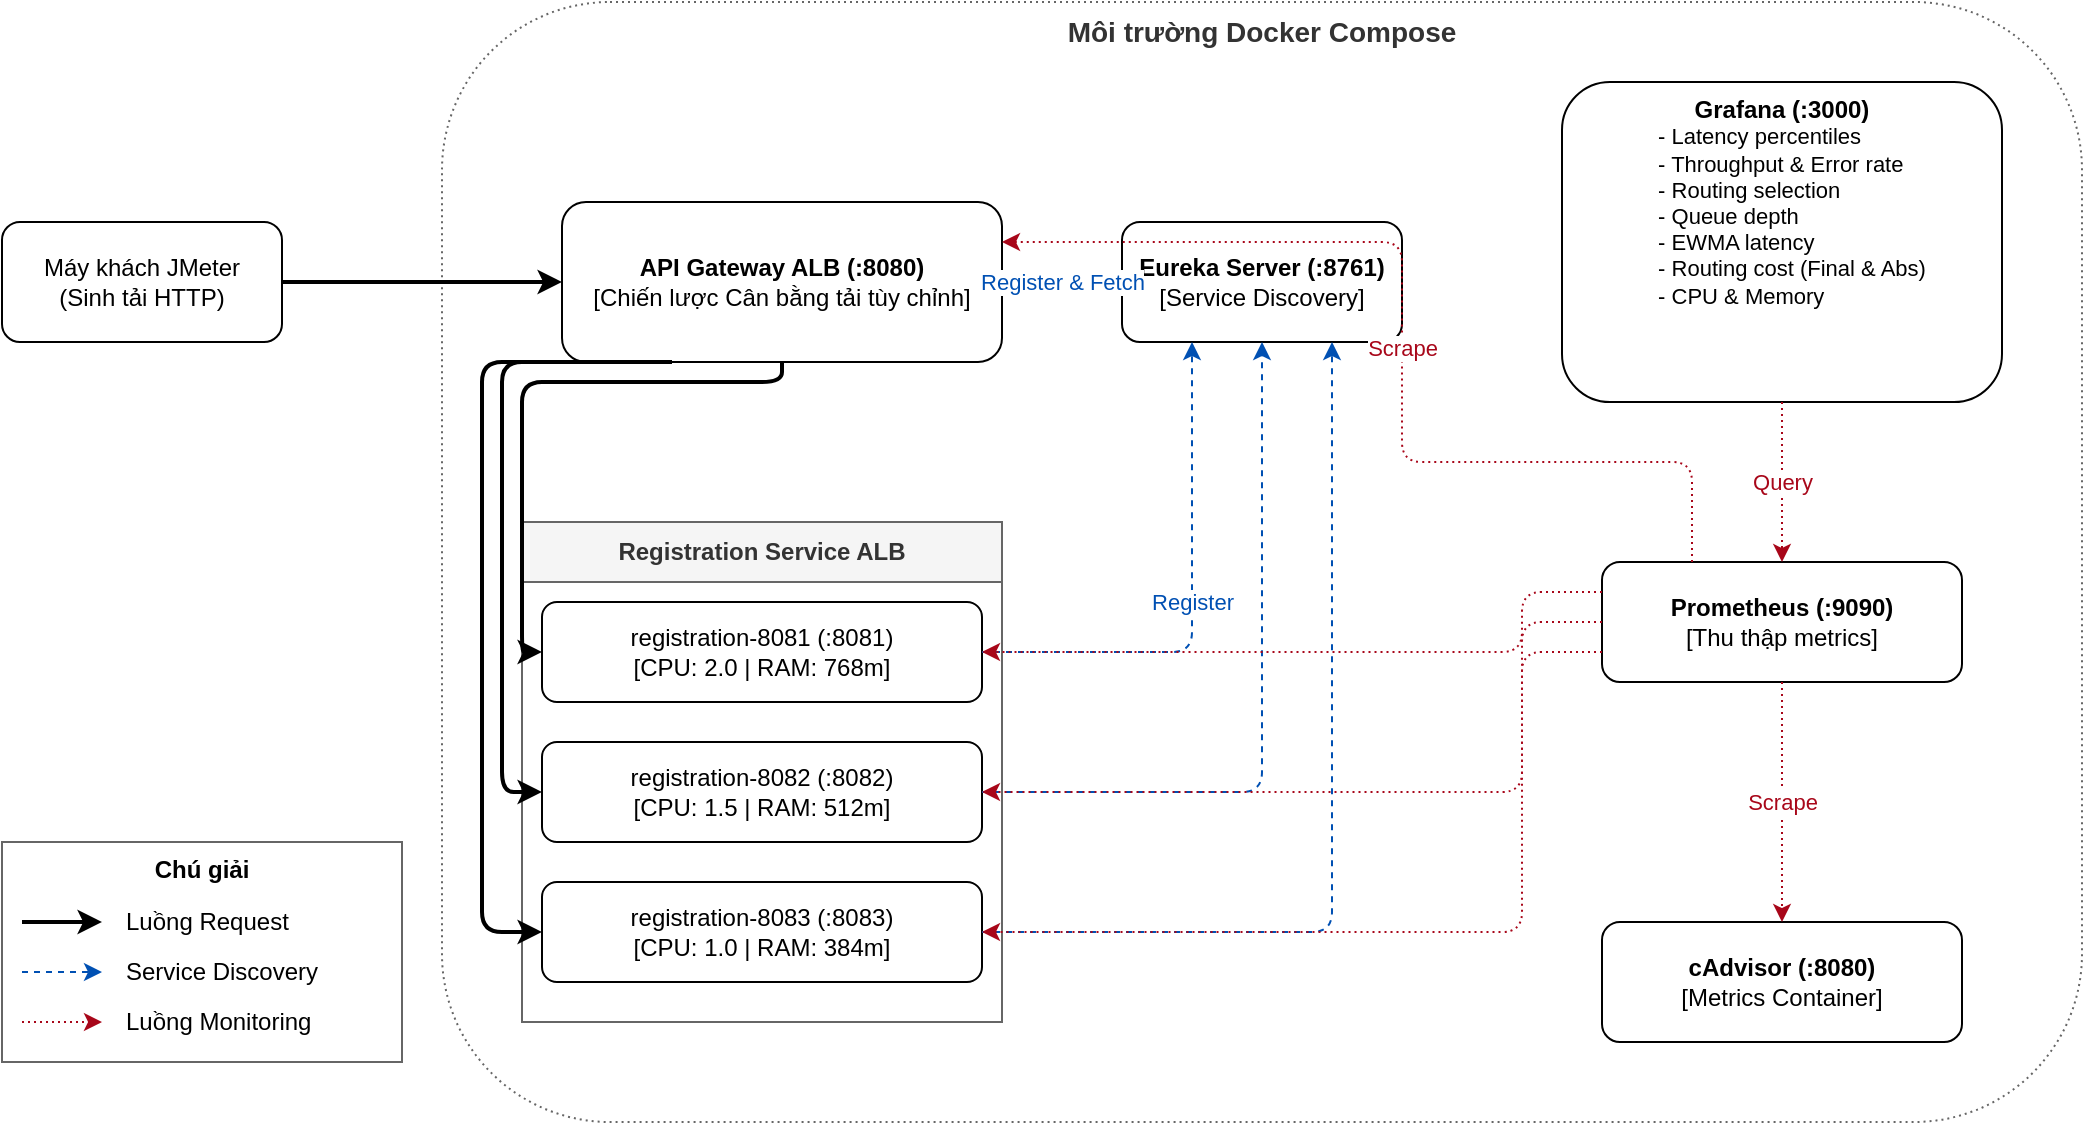
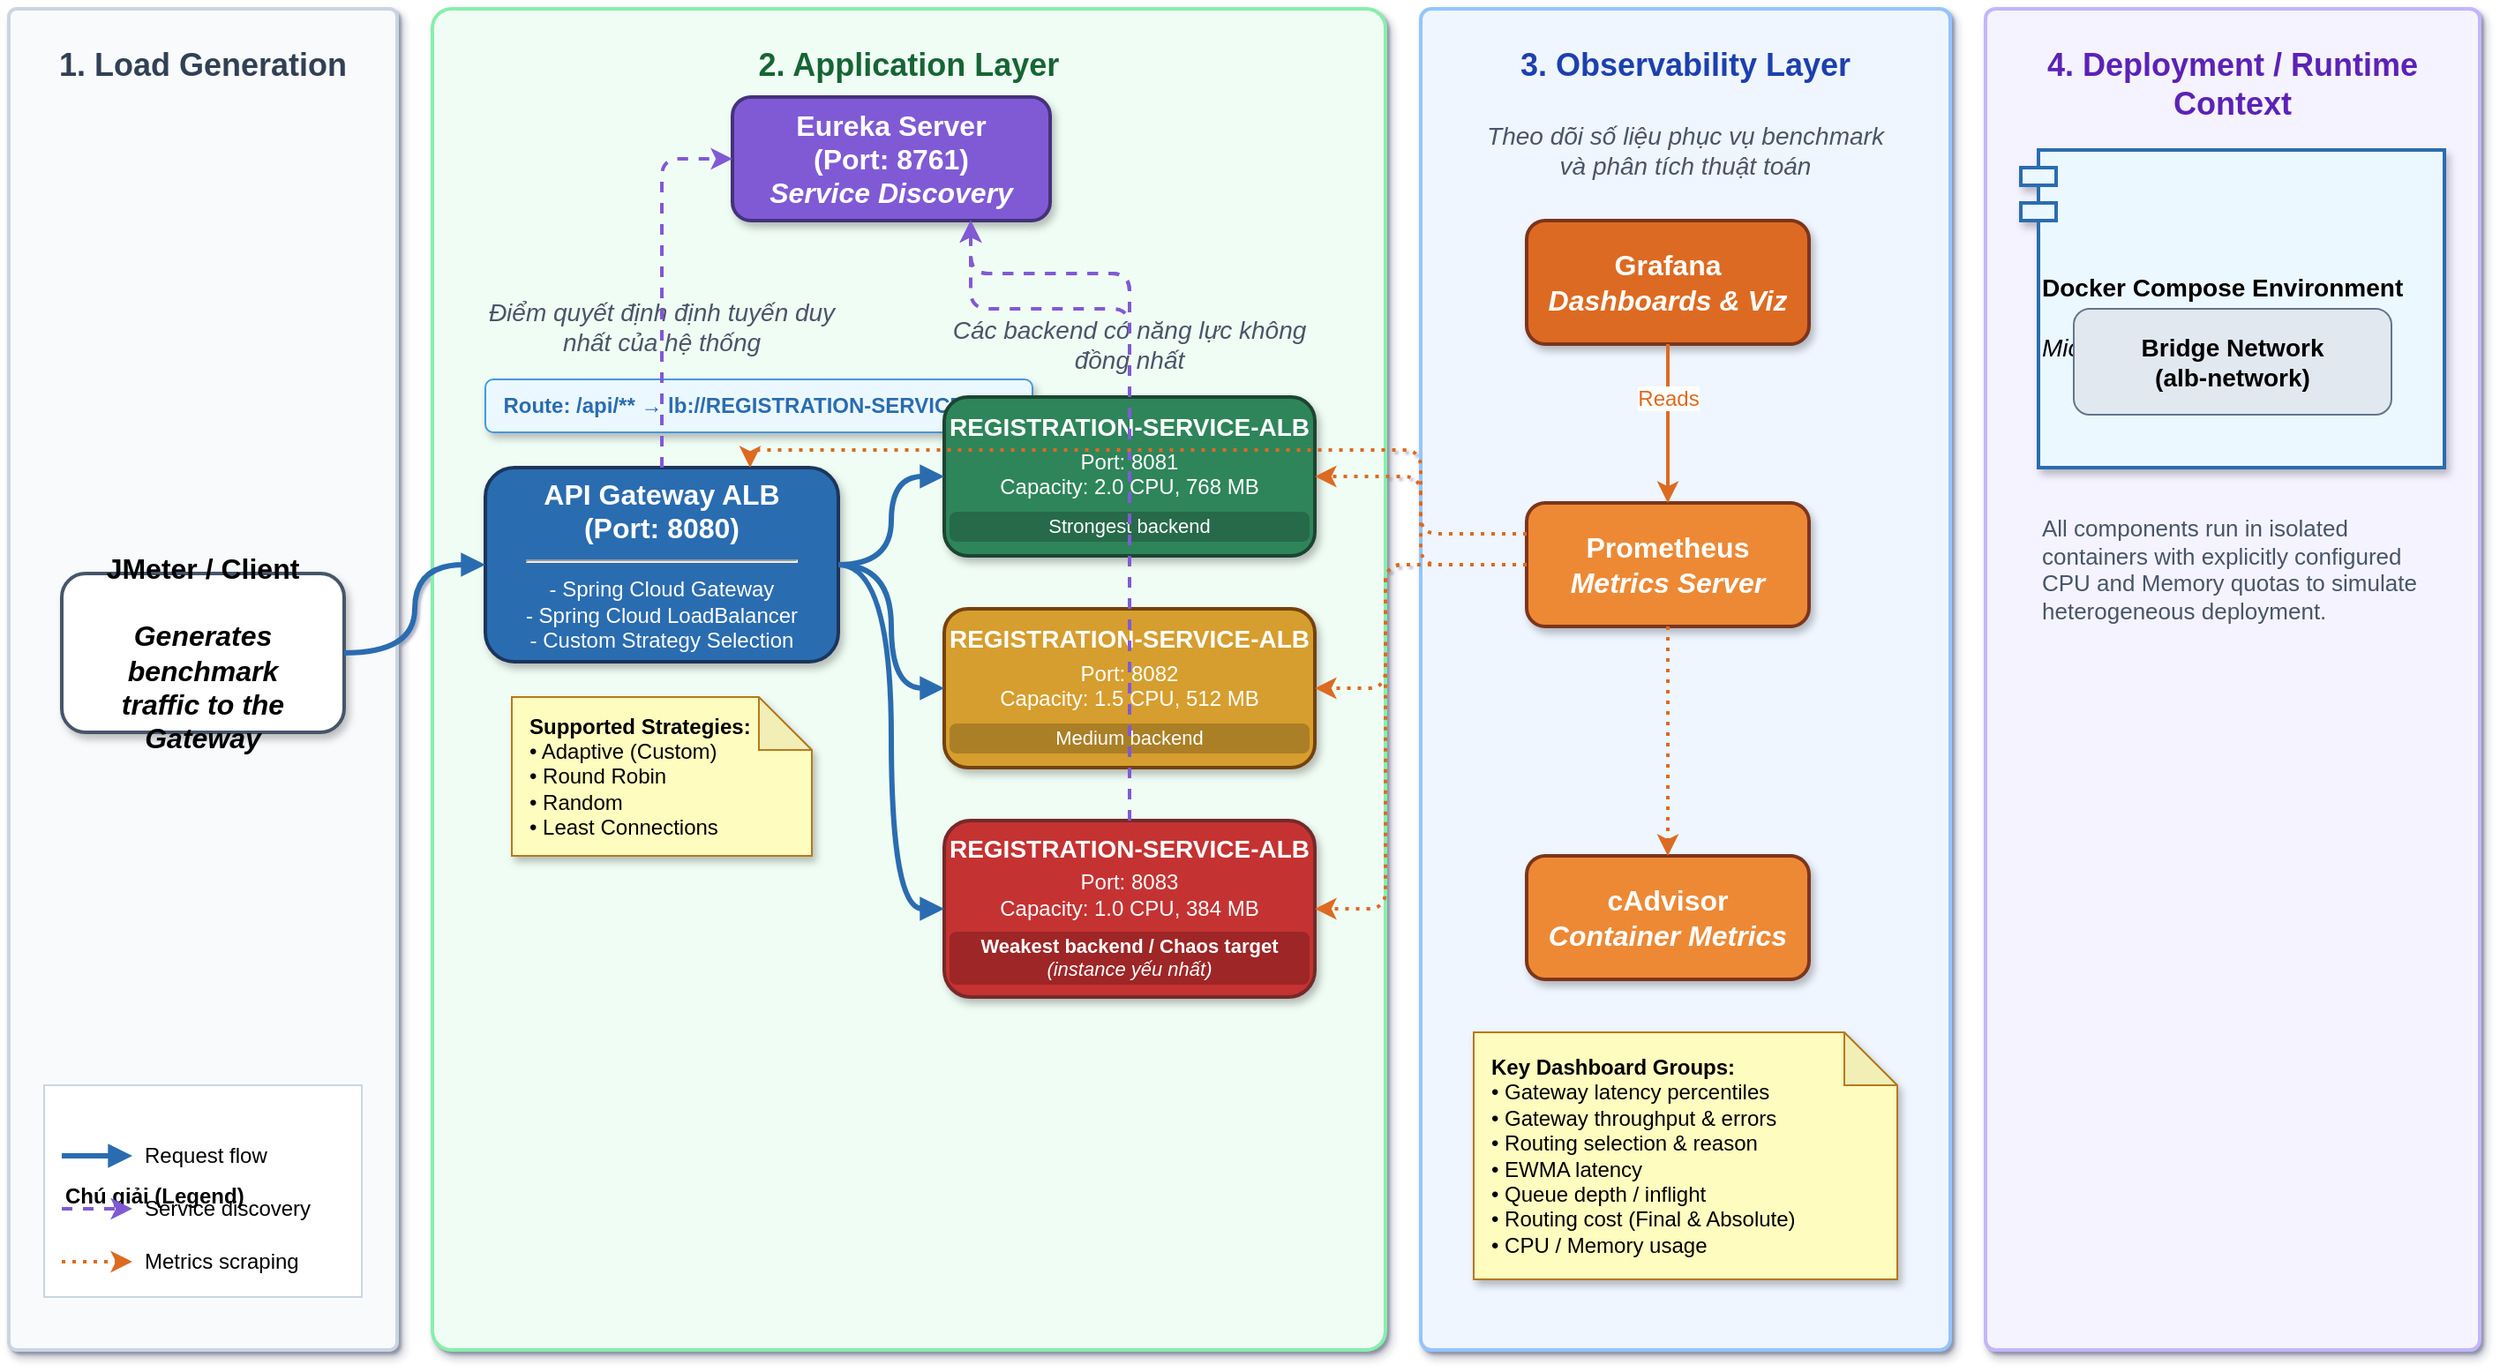
<mxfile host="Electron">
-   <diagram name="Architecture" id="0">
-     <mxGraphModel dx="1043" dy="802" grid="1" gridSize="10" guides="1" tooltips="1" connect="1" arrows="1" fold="1" page="1" pageScale="1" pageWidth="850" pageHeight="1100" math="0" shadow="0">
+   <diagram id="alb_arch" name="ALB System Architecture">
+     <mxGraphModel dx="1423" dy="895" grid="1" gridSize="10" guides="1" tooltips="1" connect="1" arrows="1" fold="1" page="1" pageScale="1" pageWidth="1440" pageHeight="810" math="0" shadow="1">
      <root>
        <mxCell id="0" />
        <mxCell id="1" parent="0" />
-         <mxCell id="legend" parent="1" style="rounded=0;whiteSpace=wrap;html=1;fillColor=none;strokeColor=#666666;verticalAlign=top;fontStyle=1;" value="Chú giải" vertex="1">
-           <mxGeometry height="110" width="200" x="40" y="460" as="geometry" />
+         <mxCell id="z1" parent="1" style="rounded=1;whiteSpace=wrap;html=1;strokeWidth=2;align=center;verticalAlign=top;spacingTop=15;fontFamily=Helvetica;fontSize=18;fontStyle=1;shadow=1;arcSize=2;fillColor=#F8FAFC;strokeColor=#CBD5E1;fontColor=#334155;" value="1. Load Generation" vertex="1">
+           <mxGeometry height="760" width="220" x="20" y="20" as="geometry" />
        </mxCell>
-         <mxCell id="leg1" edge="1" parent="legend" style="edgeStyle=none;html=1;strokeColor=#000000;strokeWidth=2;endArrow=classic;endFill=1;" value="">
+         <mxCell id="z2" parent="1" style="rounded=1;whiteSpace=wrap;html=1;strokeWidth=2;align=center;verticalAlign=top;spacingTop=15;fontFamily=Helvetica;fontSize=18;fontStyle=1;shadow=1;arcSize=2;fillColor=#F0FDF4;strokeColor=#86EFAC;fontColor=#166534;" value="2. Application Layer" vertex="1">
+           <mxGeometry height="760" width="540" x="260" y="20" as="geometry" />
+         </mxCell>
+         <mxCell id="z3" parent="1" style="rounded=1;whiteSpace=wrap;html=1;strokeWidth=2;align=center;verticalAlign=top;spacingTop=15;fontFamily=Helvetica;fontSize=18;fontStyle=1;shadow=1;arcSize=2;fillColor=#EFF6FF;strokeColor=#93C5FD;fontColor=#1E40AF;" value="3. Observability Layer" vertex="1">
+           <mxGeometry height="760" width="300" x="820" y="20" as="geometry" />
+         </mxCell>
+         <mxCell id="z4" parent="1" style="rounded=1;whiteSpace=wrap;html=1;strokeWidth=2;align=center;verticalAlign=top;spacingTop=15;fontFamily=Helvetica;fontSize=18;fontStyle=1;shadow=1;arcSize=2;fillColor=#F5F3FF;strokeColor=#C4B5FD;fontColor=#5B21B6;" value="4. Deployment / Runtime Context" vertex="1">
+           <mxGeometry height="760" width="280" x="1140" y="20" as="geometry" />
+         </mxCell>
+         <mxCell id="jmeter" parent="1" style="rounded=1;whiteSpace=wrap;html=1;fillColor=#FFFFFF;strokeColor=#475569;strokeWidth=2;fontFamily=Helvetica;fontSize=16;fontStyle=1;shadow=1;" value="&lt;b&gt;JMeter / Client&lt;/b&gt;&lt;br/&gt;&lt;br/&gt;&lt;i&gt;Generates benchmark&lt;br/&gt;traffic to the Gateway&lt;/i&gt;" vertex="1">
+           <mxGeometry height="90" width="160" x="50" y="340" as="geometry" />
+         </mxCell>
+         <mxCell id="legend" parent="1" style="rounded=0;whiteSpace=wrap;html=1;fillColor=#FFFFFF;strokeColor=#CBD5E1;align=left;spacingLeft=10;spacingTop=5;fontFamily=Helvetica;fontSize=12;" value="&lt;b&gt;Chú giải (Legend)&lt;/b&gt;" vertex="1">
+           <mxGeometry height="120" width="180" x="40" y="630" as="geometry" />
+         </mxCell>
+         <mxCell id="leg_r_arr" edge="1" parent="1" style="html=1;strokeWidth=3;strokeColor=#2B6CB0;endArrow=block;endFill=1;edgeStyle=orthogonalEdgeStyle;" value="">
          <mxGeometry relative="1" as="geometry">
-             <mxPoint x="10" y="40" as="sourcePoint" />
-             <mxPoint x="50" y="40" as="targetPoint" />
+             <mxPoint x="50" y="670" as="sourcePoint" />
+             <mxPoint x="90" y="670" as="targetPoint" />
          </mxGeometry>
        </mxCell>
-         <mxCell id="leg1t" parent="legend" style="text;html=1;align=left;verticalAlign=middle;" value="Luồng Request" vertex="1">
-           <mxGeometry height="20" width="120" x="60" y="30" as="geometry" />
+         <mxCell id="leg_r_txt" parent="1" style="text;html=1;align=left;verticalAlign=middle;fontSize=12;fontFamily=Helvetica;" value="Request flow" vertex="1">
+           <mxGeometry height="20" width="100" x="95" y="660" as="geometry" />
        </mxCell>
-         <mxCell id="leg2" edge="1" parent="legend" style="edgeStyle=none;html=1;strokeColor=#0050b3;dashed=1;endArrow=classic;endFill=1;" value="">
+         <mxCell id="leg_d_arr" edge="1" parent="1" style="html=1;strokeWidth=2;strokeColor=#805AD5;dashed=1;endArrow=classic;endFill=1;edgeStyle=orthogonalEdgeStyle;" value="">
          <mxGeometry relative="1" as="geometry">
-             <mxPoint x="10" y="65" as="sourcePoint" />
-             <mxPoint x="50" y="65" as="targetPoint" />
+             <mxPoint x="50" y="700" as="sourcePoint" />
+             <mxPoint x="90" y="700" as="targetPoint" />
          </mxGeometry>
        </mxCell>
-         <mxCell id="leg2t" parent="legend" style="text;html=1;align=left;verticalAlign=middle;" value="Service Discovery" vertex="1">
-           <mxGeometry height="20" width="120" x="60" y="55" as="geometry" />
+         <mxCell id="leg_d_txt" parent="1" style="text;html=1;align=left;verticalAlign=middle;fontSize=12;fontFamily=Helvetica;" value="Service discovery" vertex="1">
+           <mxGeometry height="20" width="100" x="95" y="690" as="geometry" />
        </mxCell>
-         <mxCell id="leg3" edge="1" parent="legend" style="edgeStyle=none;html=1;strokeColor=#a8071a;dashed=1;dashPattern=1 2;endArrow=classic;endFill=1;" value="">
+         <mxCell id="leg_m_arr" edge="1" parent="1" style="html=1;strokeWidth=2;strokeColor=#DD6B20;dashed=1;dashPattern=1 2;endArrow=classic;endFill=1;edgeStyle=orthogonalEdgeStyle;" value="">
          <mxGeometry relative="1" as="geometry">
-             <mxPoint x="10" y="90" as="sourcePoint" />
-             <mxPoint x="50" y="90" as="targetPoint" />
+             <mxPoint x="50" y="730" as="sourcePoint" />
+             <mxPoint x="90" y="730" as="targetPoint" />
          </mxGeometry>
        </mxCell>
-         <mxCell id="leg3t" parent="legend" style="text;html=1;align=left;verticalAlign=middle;" value="Luồng Monitoring" vertex="1">
-           <mxGeometry height="20" width="120" x="60" y="80" as="geometry" />
+         <mxCell id="leg_m_txt" parent="1" style="text;html=1;align=left;verticalAlign=middle;fontSize=12;fontFamily=Helvetica;" value="Metrics scraping" vertex="1">
+           <mxGeometry height="20" width="100" x="95" y="720" as="geometry" />
        </mxCell>
-         <mxCell id="docker" parent="1" style="rounded=1;whiteSpace=wrap;html=1;fillColor=none;strokeColor=#666666;dashed=1;dashPattern=1 2;verticalAlign=top;fontStyle=1;fontSize=14;fontColor=#333333;" value="Môi trường Docker Compose" vertex="1">
-           <mxGeometry height="560" width="820" x="260" y="40" as="geometry" />
+         <mxCell id="gw" parent="1" style="rounded=1;whiteSpace=wrap;html=1;fillColor=#2B6CB0;strokeColor=#1A365D;strokeWidth=2;fontColor=#FFFFFF;fontFamily=Helvetica;fontSize=16;fontStyle=1;shadow=1;" value="&lt;b&gt;API Gateway ALB&lt;/b&gt;&lt;br/&gt;(Port: 8080)&lt;br/&gt;&lt;hr/&gt;&lt;div style=&#39;font-size:12px;font-weight:normal;&#39;&gt;- Spring Cloud Gateway&lt;br/&gt;- Spring Cloud LoadBalancer&lt;br/&gt;- Custom Strategy Selection&lt;/div&gt;" vertex="1">
+           <mxGeometry height="110" width="200" x="290" y="280" as="geometry" />
        </mxCell>
-         <mxCell id="client" parent="1" style="rounded=1;whiteSpace=wrap;html=1;fillColor=#ffffff;strokeColor=#000000;fontColor=#000000;" value="Máy khách JMeter&#xa;(Sinh tải HTTP)" vertex="1">
-           <mxGeometry height="60" width="140" x="40" y="150" as="geometry" />
+         <mxCell id="gw_callout" parent="1" style="shape=note;whiteSpace=wrap;html=1;backgroundOutline=1;darkOpacity=0.05;fillColor=#FEFCBF;strokeColor=#B7791F;fontFamily=Helvetica;fontSize=12;align=left;spacing=10;shadow=1;" value="&lt;b&gt;Supported Strategies:&lt;/b&gt;&lt;br/&gt;&amp;bull; Adaptive (Custom)&lt;br/&gt;&amp;bull; Round Robin&lt;br/&gt;&amp;bull; Random&lt;br/&gt;&amp;bull; Least Connections" vertex="1">
+           <mxGeometry height="90" width="170" x="305" y="410" as="geometry" />
        </mxCell>
-         <mxCell id="gw" parent="1" style="rounded=1;whiteSpace=wrap;html=1;fillColor=#ffffff;strokeColor=#000000;fontColor=#000000;" value="&lt;b&gt;API Gateway ALB (:8080)&lt;/b&gt;&lt;br/&gt;[Chiến lược Cân bằng tải tùy chỉnh]" vertex="1">
-           <mxGeometry height="80" width="220" x="320" y="140" as="geometry" />
+         <mxCell id="gw_route" parent="1" style="text;html=1;strokeColor=#4299E1;fillColor=#EBF8FF;align=center;verticalAlign=middle;whiteSpace=wrap;rounded=1;fontFamily=Helvetica;fontSize=12;fontStyle=1;fontColor=#2B6CB0;shadow=1;" value="Route: /api/** &amp;rarr; lb://REGISTRATION-SERVICE-ALB" vertex="1">
+           <mxGeometry height="30" width="310" x="290" y="230" as="geometry" />
        </mxCell>
-         <mxCell id="eureka" parent="1" style="rounded=1;whiteSpace=wrap;html=1;fillColor=#ffffff;strokeColor=#000000;fontColor=#000000;" value="&lt;b&gt;Eureka Server (:8761)&lt;/b&gt;&lt;br/&gt;[Service Discovery]" vertex="1">
-           <mxGeometry height="60" width="140" x="600" y="150" as="geometry" />
+         <mxCell id="annot_gw" parent="1" style="text;html=1;strokeColor=none;fillColor=none;align=center;verticalAlign=middle;whiteSpace=wrap;rounded=0;fontFamily=Helvetica;fontSize=14;fontStyle=2;fontColor=#4A5568;" value="Điểm quyết định định tuyến duy nhất của hệ thống" vertex="1">
+           <mxGeometry height="40" width="200" x="290" y="180" as="geometry" />
        </mxCell>
-         <mxCell id="reg_group" parent="1" style="swimlane;whiteSpace=wrap;html=1;fillColor=#f5f5f5;strokeColor=#666666;fontStyle=1;fontColor=#333333;startSize=30;" value="Registration Service ALB" vertex="1">
-           <mxGeometry height="250" width="240" x="300" y="300" as="geometry" />
+         <mxCell id="annot_be" parent="1" style="text;html=1;strokeColor=none;fillColor=none;align=center;verticalAlign=middle;whiteSpace=wrap;rounded=0;fontFamily=Helvetica;fontSize=14;fontStyle=2;fontColor=#4A5568;" value="Các backend có năng lực không đồng nhất" vertex="1">
+           <mxGeometry height="40" width="210" x="550" y="190" as="geometry" />
        </mxCell>
-         <mxCell id="reg1" parent="reg_group" style="rounded=1;whiteSpace=wrap;html=1;fillColor=#ffffff;strokeColor=#000000;fontColor=#000000;fontStyle=0;" value="registration-8081 (:8081)&#xa;[CPU: 2.0 | RAM: 768m]" vertex="1">
-           <mxGeometry height="50" width="220" x="10" y="40" as="geometry" />
+         <mxCell id="eureka" parent="1" style="rounded=1;whiteSpace=wrap;html=1;fillColor=#805AD5;strokeColor=#44337A;strokeWidth=2;fontColor=#FFFFFF;fontFamily=Helvetica;fontSize=16;fontStyle=1;shadow=1;" value="&lt;b&gt;Eureka Server&lt;/b&gt;&lt;br/&gt;(Port: 8761)&lt;br/&gt;&lt;i&gt;Service Discovery&lt;/i&gt;" vertex="1">
+           <mxGeometry height="70" width="180" x="430" y="70" as="geometry" />
        </mxCell>
-         <mxCell id="reg2" parent="reg_group" style="rounded=1;whiteSpace=wrap;html=1;fillColor=#ffffff;strokeColor=#000000;fontColor=#000000;fontStyle=0;" value="registration-8082 (:8082)&#xa;[CPU: 1.5 | RAM: 512m]" vertex="1">
-           <mxGeometry height="50" width="220" x="10" y="110" as="geometry" />
+         <mxCell id="be1" parent="1" style="rounded=1;whiteSpace=wrap;html=1;strokeWidth=2;fontColor=#FFFFFF;fontFamily=Helvetica;fontSize=14;shadow=1;fillColor=#2F855A;strokeColor=#1C4532;" value="&lt;b&gt;REGISTRATION-SERVICE-ALB&lt;/b&gt;&lt;br/&gt;&lt;div style=&#39;font-size:12px;font-weight:normal;margin-top:4px;&#39;&gt;Port: 8081&lt;br/&gt;Capacity: 2.0 CPU, 768 MB&lt;/div&gt;&lt;div style=&#39;font-size:11px;margin-top:6px;background-color:rgba(0,0,0,0.2);padding:2px;border-radius:4px;&#39;&gt;Strongest backend&lt;/div&gt;" vertex="1">
+           <mxGeometry height="90" width="210" x="550" y="240" as="geometry" />
        </mxCell>
-         <mxCell id="reg3" parent="reg_group" style="rounded=1;whiteSpace=wrap;html=1;fillColor=#ffffff;strokeColor=#000000;fontColor=#000000;fontStyle=0;" value="registration-8083 (:8083)&#xa;[CPU: 1.0 | RAM: 384m]" vertex="1">
-           <mxGeometry height="50" width="220" x="10" y="180" as="geometry" />
+         <mxCell id="be2" parent="1" style="rounded=1;whiteSpace=wrap;html=1;strokeWidth=2;fontColor=#FFFFFF;fontFamily=Helvetica;fontSize=14;shadow=1;fillColor=#D69E2E;strokeColor=#744210;" value="&lt;b&gt;REGISTRATION-SERVICE-ALB&lt;/b&gt;&lt;br/&gt;&lt;div style=&#39;font-size:12px;font-weight:normal;margin-top:4px;&#39;&gt;Port: 8082&lt;br/&gt;Capacity: 1.5 CPU, 512 MB&lt;/div&gt;&lt;div style=&#39;font-size:11px;margin-top:6px;background-color:rgba(0,0,0,0.2);padding:2px;border-radius:4px;&#39;&gt;Medium backend&lt;/div&gt;" vertex="1">
+           <mxGeometry height="90" width="210" x="550" y="360" as="geometry" />
        </mxCell>
-         <mxCell id="grafana" parent="1" style="rounded=1;whiteSpace=wrap;html=1;fillColor=#ffffff;strokeColor=#000000;fontColor=#000000;verticalAlign=top;" value="&lt;b&gt;Grafana (:3000)&lt;/b&gt;&lt;br/&gt;&lt;div style=&quot;text-align: left; padding-left: 10px; font-size: 11px;&quot;&gt;- Latency percentiles&lt;br/&gt;- Throughput &amp;amp; Error rate&lt;br/&gt;- Routing selection&lt;br/&gt;- Queue depth&lt;br/&gt;- EWMA latency&lt;br/&gt;- Routing cost (Final &amp;amp; Abs)&lt;br/&gt;- CPU &amp;amp; Memory&lt;/div&gt;" vertex="1">
-           <mxGeometry height="160" width="220" x="820" y="80" as="geometry" />
+         <mxCell id="be3" parent="1" style="rounded=1;whiteSpace=wrap;html=1;strokeWidth=2;fontColor=#FFFFFF;fontFamily=Helvetica;fontSize=14;shadow=1;fillColor=#C53030;strokeColor=#742A2A;" value="&lt;b&gt;REGISTRATION-SERVICE-ALB&lt;/b&gt;&lt;br/&gt;&lt;div style=&#39;font-size:12px;font-weight:normal;margin-top:4px;&#39;&gt;Port: 8083&lt;br/&gt;Capacity: 1.0 CPU, 384 MB&lt;/div&gt;&lt;div style=&#39;font-size:11px;margin-top:6px;background-color:rgba(0,0,0,0.2);padding:2px;border-radius:4px;&#39;&gt;&lt;b&gt;Weakest backend / Chaos target&lt;/b&gt;&lt;br/&gt;&lt;i&gt;(instance yếu nhất)&lt;/i&gt;&lt;/div&gt;" vertex="1">
+           <mxGeometry height="100" width="210" x="550" y="480" as="geometry" />
        </mxCell>
-         <mxCell id="prom" parent="1" style="rounded=1;whiteSpace=wrap;html=1;fillColor=#ffffff;strokeColor=#000000;fontColor=#000000;" value="&lt;b&gt;Prometheus (:9090)&lt;/b&gt;&lt;br/&gt;[Thu thập metrics]" vertex="1">
-           <mxGeometry height="60" width="180" x="840" y="320" as="geometry" />
+         <mxCell id="annot_obs" parent="1" style="text;html=1;strokeColor=none;fillColor=none;align=center;verticalAlign=middle;whiteSpace=wrap;rounded=0;fontFamily=Helvetica;fontSize=14;fontStyle=2;fontColor=#4A5568;" value="Theo dõi số liệu phục vụ benchmark&lt;br/&gt;và phân tích thuật toán" vertex="1">
+           <mxGeometry height="40" width="260" x="840" y="80" as="geometry" />
        </mxCell>
-         <mxCell id="cadvisor" parent="1" style="rounded=1;whiteSpace=wrap;html=1;fillColor=#ffffff;strokeColor=#000000;fontColor=#000000;" value="&lt;b&gt;cAdvisor (:8080)&lt;/b&gt;&lt;br/&gt;[Metrics Container]" vertex="1">
-           <mxGeometry height="60" width="180" x="840" y="500" as="geometry" />
+         <mxCell id="grafana" parent="1" style="rounded=1;whiteSpace=wrap;html=1;fillColor=#DD6B20;strokeColor=#7B341E;strokeWidth=2;fontColor=#FFFFFF;fontFamily=Helvetica;fontSize=16;fontStyle=1;shadow=1;" value="&lt;b&gt;Grafana&lt;/b&gt;&lt;br/&gt;&lt;i&gt;Dashboards &amp;amp; Viz&lt;/i&gt;" vertex="1">
+           <mxGeometry height="70" width="160" x="880" y="140" as="geometry" />
        </mxCell>
-         <mxCell id="e_req1" edge="1" parent="1" source="client" style="edgeStyle=orthogonalEdgeStyle;rounded=1;orthogonalLoop=1;jettySize=auto;html=1;strokeColor=#000000;strokeWidth=2;endArrow=classic;" target="gw" value="">
+         <mxCell id="prometheus" parent="1" style="rounded=1;whiteSpace=wrap;html=1;fillColor=#ED8936;strokeColor=#7B341E;strokeWidth=2;fontColor=#FFFFFF;fontFamily=Helvetica;fontSize=16;fontStyle=1;shadow=1;" value="&lt;b&gt;Prometheus&lt;/b&gt;&lt;br/&gt;&lt;i&gt;Metrics Server&lt;/i&gt;" vertex="1">
+           <mxGeometry height="70" width="160" x="880" y="300" as="geometry" />
+         </mxCell>
+         <mxCell id="cadvisor" parent="1" style="rounded=1;whiteSpace=wrap;html=1;fillColor=#ED8936;strokeColor=#7B341E;strokeWidth=2;fontColor=#FFFFFF;fontFamily=Helvetica;fontSize=16;fontStyle=1;shadow=1;" value="&lt;b&gt;cAdvisor&lt;/b&gt;&lt;br/&gt;&lt;i&gt;Container Metrics&lt;/i&gt;" vertex="1">
+           <mxGeometry height="70" width="160" x="880" y="500" as="geometry" />
+         </mxCell>
+         <mxCell id="dash_callout" parent="1" style="shape=note;whiteSpace=wrap;html=1;backgroundOutline=1;darkOpacity=0.05;fillColor=#FEFCBF;strokeColor=#B7791F;fontFamily=Helvetica;fontSize=12;align=left;spacing=10;shadow=1;" value="&lt;b&gt;Key Dashboard Groups:&lt;/b&gt;&lt;br/&gt;&amp;bull; Gateway latency percentiles&lt;br/&gt;&amp;bull; Gateway throughput &amp;amp; errors&lt;br/&gt;&amp;bull; Routing selection &amp;amp; reason&lt;br/&gt;&amp;bull; EWMA latency&lt;br/&gt;&amp;bull; Queue depth / inflight&lt;br/&gt;&amp;bull; Routing cost (Final &amp;amp; Absolute)&lt;br/&gt;&amp;bull; CPU / Memory usage" vertex="1">
+           <mxGeometry height="140" width="240" x="850" y="600" as="geometry" />
+         </mxCell>
+         <mxCell id="docker_comp" parent="1" style="shape=module;whiteSpace=wrap;html=1;fillColor=#EBF8FF;strokeColor=#2B6CB0;strokeWidth=2;fontFamily=Helvetica;fontSize=14;align=left;spacingLeft=10;spacingTop=10;shadow=1;" value="&lt;b&gt;Docker Compose Environment&lt;/b&gt;&lt;br/&gt;&lt;br/&gt;&lt;i&gt;Microservice Testbed&lt;/i&gt;" vertex="1">
+           <mxGeometry height="180" width="240" x="1160" y="100" as="geometry" />
+         </mxCell>
+         <mxCell id="network" parent="1" style="rounded=1;whiteSpace=wrap;html=1;fillColor=#E2E8F0;strokeColor=#64748B;fontFamily=Helvetica;fontSize=14;fontStyle=1;" value="&lt;b&gt;Bridge Network&lt;/b&gt;&lt;br/&gt;(alb-network)" vertex="1">
+           <mxGeometry height="60" width="180" x="1190" y="190" as="geometry" />
+         </mxCell>
+         <mxCell id="docker_desc" parent="1" style="text;html=1;align=left;verticalAlign=top;whiteSpace=wrap;fontFamily=Helvetica;fontSize=13;fontColor=#475569;" value="All components run in isolated containers with explicitly configured CPU and Memory quotas to simulate heterogeneous deployment." vertex="1">
+           <mxGeometry height="100" width="220" x="1170" y="300" as="geometry" />
+         </mxCell>
+         <mxCell id="e_req1" edge="1" parent="1" source="jmeter" style="html=1;strokeWidth=3;strokeColor=#2B6CB0;edgeStyle=orthogonalEdgeStyle;rounded=1;curved=1;endArrow=block;endFill=1;exitX=1;exitY=0.5;exitDx=0;exitDy=0;entryX=0;entryY=0.5;entryDx=0;entryDy=0;" target="gw" value="">
          <mxGeometry relative="1" as="geometry" />
        </mxCell>
-         <mxCell id="e_req2" edge="1" parent="1" source="gw" style="edgeStyle=orthogonalEdgeStyle;rounded=1;orthogonalLoop=1;jettySize=auto;html=1;strokeColor=#000000;strokeWidth=2;endArrow=classic;" target="reg1" value="">
+         <mxCell id="e_req_be1" edge="1" parent="1" source="gw" style="html=1;strokeWidth=3;strokeColor=#2B6CB0;edgeStyle=orthogonalEdgeStyle;rounded=1;curved=1;endArrow=block;endFill=1;exitX=1;exitY=0.5;exitDx=0;exitDy=0;entryX=0;entryY=0.5;entryDx=0;entryDy=0;" target="be1" value="">
          <mxGeometry relative="1" as="geometry">
            <Array as="points">
-               <mxPoint x="430" y="230" />
-               <mxPoint x="300" y="230" />
-               <mxPoint x="300" y="365" />
+               <mxPoint x="520" y="335" />
+               <mxPoint x="520" y="285" />
            </Array>
          </mxGeometry>
        </mxCell>
-         <mxCell id="e_req3" edge="1" parent="1" source="gw" style="edgeStyle=orthogonalEdgeStyle;rounded=1;orthogonalLoop=1;jettySize=auto;html=1;strokeColor=#000000;strokeWidth=2;endArrow=classic;entryX=0;entryY=0.5;exitX=0.25;exitY=1;" target="reg2" value="">
+         <mxCell id="e_req_be2" edge="1" parent="1" source="gw" style="html=1;strokeWidth=3;strokeColor=#2B6CB0;edgeStyle=orthogonalEdgeStyle;rounded=1;curved=1;endArrow=block;endFill=1;exitX=1;exitY=0.5;exitDx=0;exitDy=0;entryX=0;entryY=0.5;entryDx=0;entryDy=0;" target="be2" value="">
          <mxGeometry relative="1" as="geometry">
            <Array as="points">
-               <mxPoint x="290" y="220" />
-               <mxPoint x="290" y="435" />
+               <mxPoint x="520" y="335" />
+               <mxPoint x="520" y="405" />
            </Array>
          </mxGeometry>
        </mxCell>
-         <mxCell id="e_req4" edge="1" parent="1" source="gw" style="edgeStyle=orthogonalEdgeStyle;rounded=1;orthogonalLoop=1;jettySize=auto;html=1;strokeColor=#000000;strokeWidth=2;endArrow=classic;entryX=0;entryY=0.5;exitX=0.1;exitY=1;" target="reg3" value="">
+         <mxCell id="e_req_be3" edge="1" parent="1" source="gw" style="html=1;strokeWidth=3;strokeColor=#2B6CB0;edgeStyle=orthogonalEdgeStyle;rounded=1;curved=1;endArrow=block;endFill=1;exitX=1;exitY=0.5;exitDx=0;exitDy=0;entryX=0;entryY=0.5;entryDx=0;entryDy=0;" target="be3" value="">
          <mxGeometry relative="1" as="geometry">
            <Array as="points">
-               <mxPoint x="280" y="220" />
-               <mxPoint x="280" y="505" />
+               <mxPoint x="520" y="335" />
+               <mxPoint x="520" y="530" />
            </Array>
          </mxGeometry>
        </mxCell>
-         <mxCell id="e_sd1" edge="1" parent="1" source="gw" style="edgeStyle=orthogonalEdgeStyle;rounded=1;orthogonalLoop=1;jettySize=auto;html=1;strokeColor=#0050b3;dashed=1;endArrow=classic;startArrow=classic;fontColor=#0050b3;" target="eureka" value="Register &amp;amp; Fetch">
-           <mxGeometry relative="1" as="geometry" />
-         </mxCell>
-         <mxCell id="e_sd2" edge="1" parent="1" source="reg1" style="edgeStyle=orthogonalEdgeStyle;rounded=1;orthogonalLoop=1;jettySize=auto;html=1;strokeColor=#0050b3;dashed=1;endArrow=classic;entryX=0.25;entryY=1;exitX=1;exitY=0.5;fontColor=#0050b3;" target="eureka" value="Register">
+         <mxCell id="e_disc_gw" edge="1" parent="1" source="gw" style="html=1;strokeWidth=2;strokeColor=#805AD5;dashed=1;edgeStyle=orthogonalEdgeStyle;rounded=1;curved=0;endArrow=classic;endFill=1;exitX=0.5;exitY=0;exitDx=0;exitDy=0;entryX=0;entryY=0.5;entryDx=0;entryDy=0;" target="eureka" value="">
          <mxGeometry relative="1" as="geometry">
            <Array as="points">
-               <mxPoint x="635" y="365" />
+               <mxPoint x="390" y="105" />
            </Array>
          </mxGeometry>
        </mxCell>
-         <mxCell id="e_sd3" edge="1" parent="1" source="reg2" style="edgeStyle=orthogonalEdgeStyle;rounded=1;orthogonalLoop=1;jettySize=auto;html=1;strokeColor=#0050b3;dashed=1;endArrow=classic;entryX=0.5;entryY=1;exitX=1;exitY=0.5;" target="eureka" value="">
+         <mxCell id="e_disc_be1" edge="1" parent="1" source="be1" style="html=1;strokeWidth=2;strokeColor=#805AD5;dashed=1;edgeStyle=orthogonalEdgeStyle;rounded=1;curved=0;endArrow=classic;endFill=1;exitX=0.5;exitY=0;exitDx=0;exitDy=0;entryX=0.75;entryY=1;entryDx=0;entryDy=0;" target="eureka" value="">
+           <mxGeometry relative="1" as="geometry" />
+         </mxCell>
+         <mxCell id="e_disc_be2" edge="1" parent="1" source="be2" style="html=1;strokeWidth=2;strokeColor=#805AD5;dashed=1;edgeStyle=orthogonalEdgeStyle;rounded=1;curved=0;endArrow=classic;endFill=1;exitX=0.5;exitY=0;exitDx=0;exitDy=0;entryX=0.75;entryY=1;entryDx=0;entryDy=0;" target="eureka" value="">
          <mxGeometry relative="1" as="geometry">
            <Array as="points">
-               <mxPoint x="670" y="435" />
+               <mxPoint x="655" y="170" />
            </Array>
          </mxGeometry>
        </mxCell>
-         <mxCell id="e_sd4" edge="1" parent="1" source="reg3" style="edgeStyle=orthogonalEdgeStyle;rounded=1;orthogonalLoop=1;jettySize=auto;html=1;strokeColor=#0050b3;dashed=1;endArrow=classic;entryX=0.75;entryY=1;exitX=1;exitY=0.5;" target="eureka" value="">
+         <mxCell id="e_disc_be3" edge="1" parent="1" source="be3" style="html=1;strokeWidth=2;strokeColor=#805AD5;dashed=1;edgeStyle=orthogonalEdgeStyle;rounded=1;curved=0;endArrow=classic;endFill=1;exitX=0.5;exitY=0;exitDx=0;exitDy=0;entryX=0.75;entryY=1;entryDx=0;entryDy=0;" target="eureka" value="">
          <mxGeometry relative="1" as="geometry">
            <Array as="points">
-               <mxPoint x="705" y="505" />
+               <mxPoint x="655" y="170" />
            </Array>
          </mxGeometry>
        </mxCell>
-         <mxCell id="e_mon1" edge="1" parent="1" source="grafana" style="edgeStyle=orthogonalEdgeStyle;rounded=1;orthogonalLoop=1;jettySize=auto;html=1;strokeColor=#a8071a;dashed=1;dashPattern=1 2;endArrow=classic;fontColor=#a8071a;" target="prom" value="Query">
-           <mxGeometry relative="1" as="geometry" />
-         </mxCell>
-         <mxCell id="e_mon2" edge="1" parent="1" source="prom" style="edgeStyle=orthogonalEdgeStyle;rounded=1;orthogonalLoop=1;jettySize=auto;html=1;strokeColor=#a8071a;dashed=1;dashPattern=1 2;endArrow=classic;entryX=1;entryY=0.25;exitX=0.25;exitY=0;fontColor=#a8071a;" target="gw" value="Scrape">
+         <mxCell id="e_m_gw" edge="1" parent="1" source="prometheus" style="html=1;strokeWidth=2;strokeColor=#DD6B20;dashed=1;dashPattern=1 2;edgeStyle=orthogonalEdgeStyle;rounded=1;curved=0;endArrow=classic;endFill=1;exitX=0;exitY=0.25;exitDx=0;exitDy=0;entryX=0.75;entryY=0;entryDx=0;entryDy=0;" target="gw" value="">
          <mxGeometry relative="1" as="geometry">
            <Array as="points">
-               <mxPoint x="885" y="270" />
-               <mxPoint x="740" y="270" />
-               <mxPoint x="740" y="160" />
+               <mxPoint x="820" y="318" />
+               <mxPoint x="820" y="270" />
+               <mxPoint x="440" y="270" />
            </Array>
          </mxGeometry>
        </mxCell>
-         <mxCell id="e_mon3" edge="1" parent="1" source="prom" style="edgeStyle=orthogonalEdgeStyle;rounded=1;orthogonalLoop=1;jettySize=auto;html=1;strokeColor=#a8071a;dashed=1;dashPattern=1 2;endArrow=classic;entryX=1;entryY=0.5;exitX=0;exitY=0.25;" target="reg1" value="">
+         <mxCell id="e_m_be1" edge="1" parent="1" source="prometheus" style="html=1;strokeWidth=2;strokeColor=#DD6B20;dashed=1;dashPattern=1 2;edgeStyle=orthogonalEdgeStyle;rounded=1;curved=0;endArrow=classic;endFill=1;exitX=0;exitY=0.5;exitDx=0;exitDy=0;entryX=1;entryY=0.5;entryDx=0;entryDy=0;" target="be1" value="">
+           <mxGeometry relative="1" as="geometry" />
+         </mxCell>
+         <mxCell id="e_m_be2" edge="1" parent="1" source="prometheus" style="html=1;strokeWidth=2;strokeColor=#DD6B20;dashed=1;dashPattern=1 2;edgeStyle=orthogonalEdgeStyle;rounded=1;curved=0;endArrow=classic;endFill=1;exitX=0;exitY=0.5;exitDx=0;exitDy=0;entryX=1;entryY=0.5;entryDx=0;entryDy=0;" target="be2" value="">
          <mxGeometry relative="1" as="geometry">
            <Array as="points">
              <mxPoint x="800" y="335" />
-               <mxPoint x="800" y="365" />
+               <mxPoint x="800" y="405" />
            </Array>
          </mxGeometry>
        </mxCell>
-         <mxCell id="e_mon4" edge="1" parent="1" source="prom" style="edgeStyle=orthogonalEdgeStyle;rounded=1;orthogonalLoop=1;jettySize=auto;html=1;strokeColor=#a8071a;dashed=1;dashPattern=1 2;endArrow=classic;entryX=1;entryY=0.5;exitX=0;exitY=0.5;" target="reg2" value="">
+         <mxCell id="e_m_be3" edge="1" parent="1" source="prometheus" style="html=1;strokeWidth=2;strokeColor=#DD6B20;dashed=1;dashPattern=1 2;edgeStyle=orthogonalEdgeStyle;rounded=1;curved=0;endArrow=classic;endFill=1;exitX=0;exitY=0.5;exitDx=0;exitDy=0;entryX=1;entryY=0.5;entryDx=0;entryDy=0;" target="be3" value="">
          <mxGeometry relative="1" as="geometry">
            <Array as="points">
-               <mxPoint x="800" y="350" />
-               <mxPoint x="800" y="435" />
+               <mxPoint x="800" y="335" />
+               <mxPoint x="800" y="530" />
            </Array>
          </mxGeometry>
        </mxCell>
-         <mxCell id="e_mon5" edge="1" parent="1" source="prom" style="edgeStyle=orthogonalEdgeStyle;rounded=1;orthogonalLoop=1;jettySize=auto;html=1;strokeColor=#a8071a;dashed=1;dashPattern=1 2;endArrow=classic;entryX=1;entryY=0.5;exitX=0;exitY=0.75;" target="reg3" value="">
-           <mxGeometry relative="1" as="geometry">
-             <Array as="points">
-               <mxPoint x="800" y="365" />
-               <mxPoint x="800" y="505" />
-             </Array>
-           </mxGeometry>
+         <mxCell id="e_m_cadv" edge="1" parent="1" source="prometheus" style="html=1;strokeWidth=2;strokeColor=#DD6B20;dashed=1;dashPattern=1 2;edgeStyle=orthogonalEdgeStyle;rounded=1;curved=0;endArrow=classic;endFill=1;exitX=0.5;exitY=1;exitDx=0;exitDy=0;entryX=0.5;entryY=0;entryDx=0;entryDy=0;" target="cadvisor" value="">
+           <mxGeometry relative="1" as="geometry" />
        </mxCell>
-         <mxCell id="e_mon6" edge="1" parent="1" source="prom" style="edgeStyle=orthogonalEdgeStyle;rounded=1;orthogonalLoop=1;jettySize=auto;html=1;strokeColor=#a8071a;dashed=1;dashPattern=1 2;endArrow=classic;fontColor=#a8071a;" target="cadvisor" value="Scrape">
+         <mxCell id="e_g_p" edge="1" parent="1" source="grafana" style="html=1;strokeWidth=2;strokeColor=#DD6B20;dashed=0;edgeStyle=orthogonalEdgeStyle;rounded=1;curved=0;endArrow=classic;endFill=1;exitX=0.5;exitY=1;exitDx=0;exitDy=0;entryX=0.5;entryY=0;entryDx=0;entryDy=0;fontColor=#DD6B20;fontSize=12;labelBackgroundColor=#FFFFFF;verticalAlign=bottom;spacingBottom=5;" target="prometheus" value="Reads">
          <mxGeometry relative="1" as="geometry" />
        </mxCell>
      </root>
    </mxGraphModel>
  </diagram>
</mxfile>
